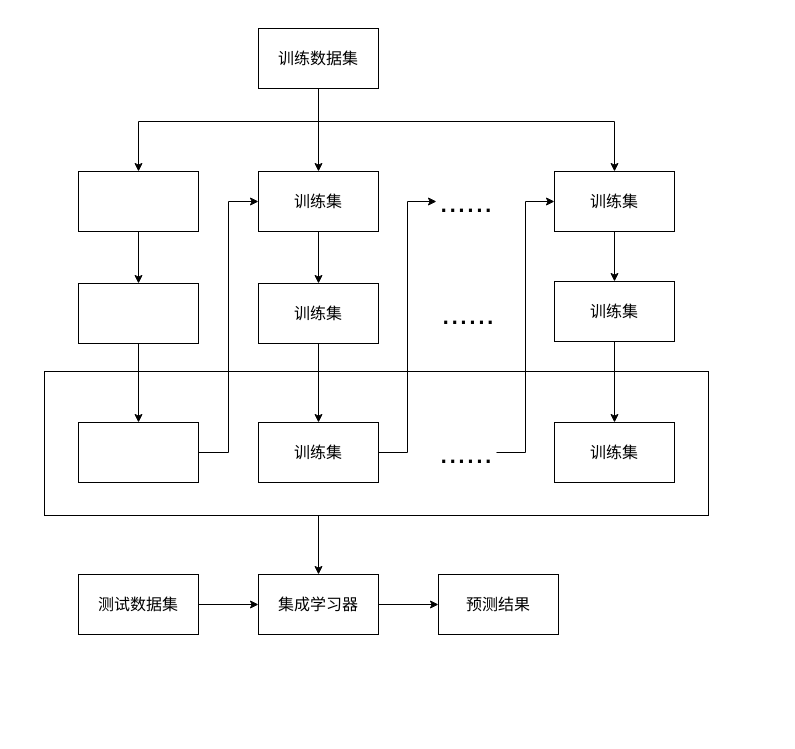
Above: boosting.drawio in maebymaeby/draw.io (draw.io), before the change. Source tidied: cells renumbered, new cells numbered last; positions are measured from the earlier drawing's top-left corner, leaving out a move shared by most shapes. Both pictures are drawn from the tidied source at 100%, with x=0, y=0 at pixel (44, 28).
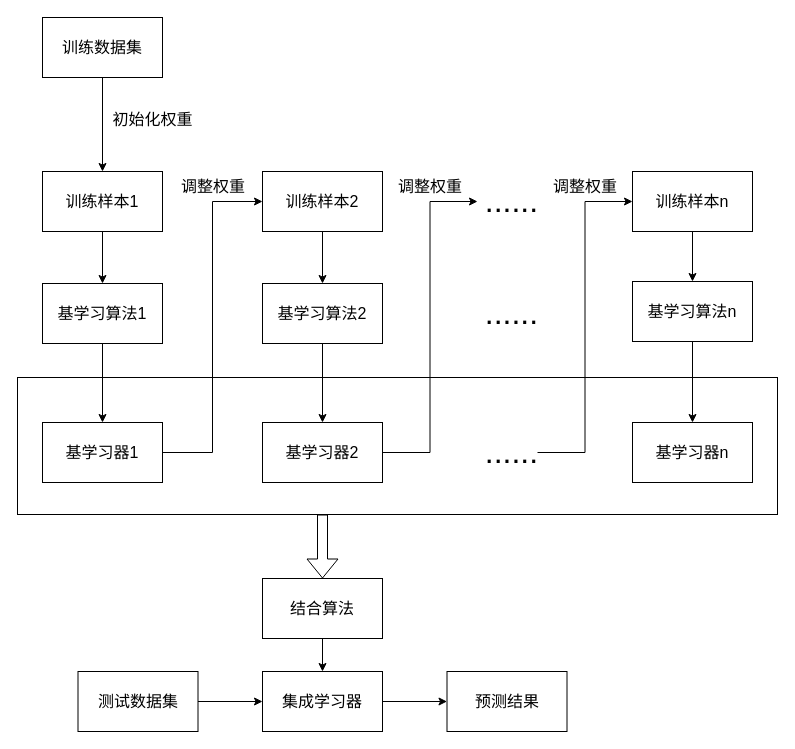
Above is the later version.

Change to the diagram source:
```diff
@@
-    <mxCell id="2" style="rounded=0;whiteSpace=wrap;html=1;fontSize=32;" parent="1" vertex="1">
-      <mxGeometry y="343" width="664" height="144" as="geometry" />
-    </mxCell>
-    <mxCell id="3" style="edgeStyle=orthogonalEdgeStyle;rounded=0;jettySize=auto;html=1;entryX=0.5;entryY=0;entryDx=0;entryDy=0;fontSize=16;" parent="1" edge="1" source="6" target="10">
-      <mxGeometry relative="1" as="geometry" />
-    </mxCell>
+    <mxCell id="34" style="rounded=0;whiteSpace=wrap;html=1;fontSize=16;" parent="1" vertex="1">
+      <mxGeometry x="-27" y="349" width="760" height="137" as="geometry" />
+    </mxCell>
-    <mxCell id="4" style="edgeStyle=orthogonalEdgeStyle;rounded=0;jettySize=auto;html=1;entryX=0.5;entryY=0;entryDx=0;entryDy=0;fontSize=32;" parent="1" edge="1" source="6" target="8">
-      <mxGeometry relative="1" as="geometry">
-        <Array as="points">
-          <mxPoint x="274" y="93" />
-          <mxPoint x="94" y="93" />
-        </Array>
-      </mxGeometry>
+    <mxCell id="4" style="edgeStyle=orthogonalEdgeStyle;rounded=0;jettySize=auto;html=1;" parent="1" edge="1" source="6" target="8">
+      <mxGeometry relative="1" as="geometry" />
     </mxCell>
-    <mxCell id="5" style="edgeStyle=orthogonalEdgeStyle;rounded=0;jettySize=auto;html=1;entryX=0.5;entryY=0;entryDx=0;entryDy=0;fontSize=32;" parent="1" edge="1" source="6" target="12">
-      <mxGeometry relative="1" as="geometry">
-        <Array as="points">
-          <mxPoint x="274" y="93" />
-          <mxPoint x="570" y="93" />
-        </Array>
-      </mxGeometry>
-    </mxCell>
     <mxCell id="6" value="训练数据集" style="rounded=0;whiteSpace=wrap;html=1;fontSize=16;" parent="1" vertex="1">
-      <mxGeometry x="214" width="120" height="60" as="geometry" />
+      <mxGeometry x="-2" y="-11" width="120" height="60" as="geometry" />
     </mxCell>
@@
-    <mxCell id="8" style="rounded=0;whiteSpace=wrap;html=1;fontSize=16;" parent="1" vertex="1">
-      <mxGeometry x="34" y="143" width="120" height="60" as="geometry" />
+    <mxCell id="8" value="训练样本1" style="rounded=0;whiteSpace=wrap;html=1;fontSize=16;" parent="1" vertex="1">
+      <mxGeometry x="-2" y="143" width="120" height="60" as="geometry" />
     </mxCell>
@@
-    <mxCell id="10" value="训练集" style="rounded=0;whiteSpace=wrap;html=1;fontSize=16;" parent="1" vertex="1">
-      <mxGeometry x="214" y="143" width="120" height="60" as="geometry" />
+    <mxCell id="10" value="训练样本2" style="rounded=0;whiteSpace=wrap;html=1;fontSize=16;" parent="1" vertex="1">
+      <mxGeometry x="218" y="143" width="120" height="60" as="geometry" />
     </mxCell>
@@
-    <mxCell id="12" value="训练集" style="rounded=0;whiteSpace=wrap;html=1;fontSize=16;" parent="1" vertex="1">
-      <mxGeometry x="510" y="143" width="120" height="60" as="geometry" />
+    <mxCell id="12" value="训练样本n" style="rounded=0;whiteSpace=wrap;html=1;fontSize=16;" parent="1" vertex="1">
+      <mxGeometry x="588" y="143" width="120" height="60" as="geometry" />
     </mxCell>
-    <mxCell id="13" value="......" style="text;html=1;strokeColor=none;fillColor=none;align=center;verticalAlign=middle;whiteSpace=wrap;rounded=0;fontSize=32;" parent="1" vertex="1">
-      <mxGeometry x="392" y="158" width="60" height="30" as="geometry" />
+    <mxCell id="13" value="&amp;nbsp;......" style="text;html=1;strokeColor=none;fillColor=none;align=center;verticalAlign=middle;whiteSpace=wrap;rounded=0;fontSize=32;" parent="1" vertex="1">
+      <mxGeometry x="433" y="158" width="60" height="30" as="geometry" />
     </mxCell>
@@
-    <mxCell id="15" style="rounded=0;whiteSpace=wrap;html=1;fontSize=16;" parent="1" vertex="1">
-      <mxGeometry x="34" y="255" width="120" height="60" as="geometry" />
+    <mxCell id="15" value="基学习算法1" style="rounded=0;whiteSpace=wrap;html=1;fontSize=16;" parent="1" vertex="1">
+      <mxGeometry x="-2" y="255" width="120" height="60" as="geometry" />
     </mxCell>
@@
-    <mxCell id="17" style="rounded=0;whiteSpace=wrap;html=1;fontSize=16;" parent="1" vertex="1">
-      <mxGeometry x="34" y="394" width="120" height="60" as="geometry" />
+    <mxCell id="17" value="基学习器1" style="rounded=0;whiteSpace=wrap;html=1;fontSize=16;" parent="1" vertex="1">
+      <mxGeometry x="-2" y="394" width="120" height="60" as="geometry" />
     </mxCell>
@@
-    <mxCell id="19" value="训练集" style="rounded=0;whiteSpace=wrap;html=1;fontSize=16;" parent="1" vertex="1">
-      <mxGeometry x="214" y="255" width="120" height="60" as="geometry" />
+    <mxCell id="19" value="基学习算法2" style="rounded=0;whiteSpace=wrap;html=1;fontSize=16;" parent="1" vertex="1">
+      <mxGeometry x="218" y="255" width="120" height="60" as="geometry" />
     </mxCell>
@@
-    <mxCell id="21" value="训练集" style="rounded=0;whiteSpace=wrap;html=1;fontSize=16;" parent="1" vertex="1">
-      <mxGeometry x="214" y="394" width="120" height="60" as="geometry" />
+    <mxCell id="21" value="基学习器2" style="rounded=0;whiteSpace=wrap;html=1;fontSize=16;" parent="1" vertex="1">
+      <mxGeometry x="218" y="394" width="120" height="60" as="geometry" />
     </mxCell>
-    <mxCell id="22" value="......" style="text;html=1;strokeColor=none;fillColor=none;align=center;verticalAlign=middle;whiteSpace=wrap;rounded=0;fontSize=32;" parent="1" vertex="1">
-      <mxGeometry x="394" y="270" width="60" height="30" as="geometry" />
+    <mxCell id="22" value="&amp;nbsp;......" style="text;html=1;strokeColor=none;fillColor=none;align=center;verticalAlign=middle;whiteSpace=wrap;rounded=0;fontSize=32;" parent="1" vertex="1">
+      <mxGeometry x="433" y="270" width="60" height="30" as="geometry" />
     </mxCell>
@@
-    <mxCell id="24" value="......" style="text;html=1;strokeColor=none;fillColor=none;align=center;verticalAlign=middle;whiteSpace=wrap;rounded=0;fontSize=32;" parent="1" vertex="1">
-      <mxGeometry x="392" y="409" width="60" height="30" as="geometry" />
+    <mxCell id="24" value="&amp;nbsp;......" style="text;html=1;strokeColor=none;fillColor=none;align=center;verticalAlign=middle;whiteSpace=wrap;rounded=0;fontSize=32;" parent="1" vertex="1">
+      <mxGeometry x="433" y="409" width="60" height="30" as="geometry" />
     </mxCell>
@@
-    <mxCell id="26" value="训练集" style="rounded=0;whiteSpace=wrap;html=1;fontSize=16;" parent="1" vertex="1">
-      <mxGeometry x="510" y="253" width="120" height="60" as="geometry" />
+    <mxCell id="26" value="基学习算法n" style="rounded=0;whiteSpace=wrap;html=1;fontSize=16;" parent="1" vertex="1">
+      <mxGeometry x="588" y="253" width="120" height="60" as="geometry" />
     </mxCell>
-    <mxCell id="27" value="训练集" style="rounded=0;whiteSpace=wrap;html=1;fontSize=16;" parent="1" vertex="1">
-      <mxGeometry x="510" y="394" width="120" height="60" as="geometry" />
+    <mxCell id="27" value="基学习器n" style="rounded=0;whiteSpace=wrap;html=1;fontSize=16;" parent="1" vertex="1">
+      <mxGeometry x="588" y="394" width="120" height="60" as="geometry" />
     </mxCell>
@@
     <mxCell id="29" value="集成学习器" style="rounded=0;whiteSpace=wrap;html=1;fontSize=16;" parent="1" vertex="1">
-      <mxGeometry x="214" y="546" width="120" height="60" as="geometry" />
+      <mxGeometry x="218" y="643" width="120" height="60" as="geometry" />
     </mxCell>
-    <mxCell id="30" style="endArrow=classic;html=1;rounded=0;fontSize=32;entryX=0.5;entryY=0;entryDx=0;entryDy=0;" parent="1" edge="1" target="29">
-      <mxGeometry relative="1" as="geometry">
-        <mxPoint x="274" y="487" as="sourcePoint" />
-      </mxGeometry>
-    </mxCell>
@@
     <mxCell id="32" value="测试数据集" style="rounded=0;whiteSpace=wrap;html=1;fontSize=16;" parent="1" vertex="1">
-      <mxGeometry x="34" y="546" width="120" height="60" as="geometry" />
+      <mxGeometry x="33.5" y="643" width="120" height="60" as="geometry" />
     </mxCell>
     <mxCell id="33" value="预测结果" style="rounded=0;whiteSpace=wrap;html=1;fontSize=16;" parent="1" vertex="1">
-      <mxGeometry x="394" y="546" width="120" height="60" as="geometry" />
+      <mxGeometry x="402.5" y="643" width="120" height="60" as="geometry" />
     </mxCell>
+    <mxCell id="35" value="调整权重" style="text;html=1;strokeColor=none;fillColor=none;align=center;verticalAlign=middle;whiteSpace=wrap;rounded=0;fontSize=16;" parent="1" vertex="1">
+      <mxGeometry x="135" y="143" width="68" height="30" as="geometry" />
+    </mxCell>
+    <mxCell id="36" value="调整权重" style="text;html=1;strokeColor=none;fillColor=none;align=center;verticalAlign=middle;whiteSpace=wrap;rounded=0;fontSize=16;" parent="1" vertex="1">
+      <mxGeometry x="352" y="143" width="68" height="30" as="geometry" />
+    </mxCell>
+    <mxCell id="37" value="调整权重" style="text;html=1;strokeColor=none;fillColor=none;align=center;verticalAlign=middle;whiteSpace=wrap;rounded=0;fontSize=16;" parent="1" vertex="1">
+      <mxGeometry x="507" y="143" width="68" height="30" as="geometry" />
+    </mxCell>
+    <mxCell id="38" style="edgeStyle=orthogonalEdgeStyle;rounded=0;jettySize=auto;html=1;fontSize=16;" parent="1" edge="1" source="39" target="29">
+      <mxGeometry relative="1" as="geometry" />
+    </mxCell>
+    <mxCell id="39" value="结合算法" style="rounded=0;whiteSpace=wrap;html=1;fontSize=16;" parent="1" vertex="1">
+      <mxGeometry x="218" y="550" width="120" height="60" as="geometry" />
+    </mxCell>
+    <mxCell id="40" style="shape=flexArrow;endArrow=classic;html=1;rounded=0;fontSize=16;entryX=0.5;entryY=0;entryDx=0;entryDy=0;" parent="1" edge="1" target="39">
+      <mxGeometry relative="1" as="geometry">
+        <mxPoint x="278" y="486" as="sourcePoint" />
+      </mxGeometry>
+    </mxCell>
+    <mxCell id="41" value="初始化权重" style="text;html=1;strokeColor=none;fillColor=none;align=center;verticalAlign=middle;whiteSpace=wrap;rounded=0;fontSize=16;" parent="1" vertex="1">
+      <mxGeometry x="65" y="76" width="87" height="30" as="geometry" />
+    </mxCell>
```
